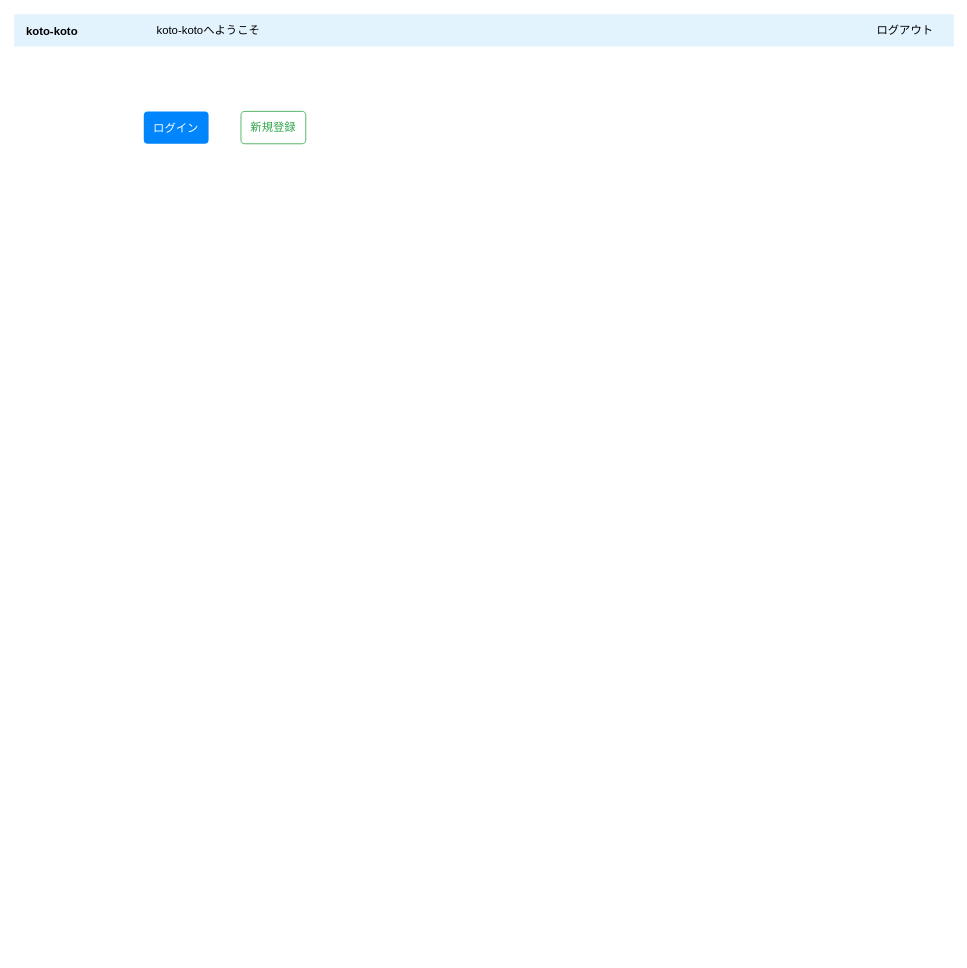
Above: page "トップページ" (1 of 5) of 名称未設定ファイル.drawio in omoikanelulu/Three_good_things (draw.io), before the change. Source tidied: cells renumbered, new cells numbered last; positions are measured from the earlier drawing's top-left corner, leaving out a move shared by most shapes. Both pictures are drawn from the tidied source at 81%, with x=0, y=0 at pixel (14, 14).
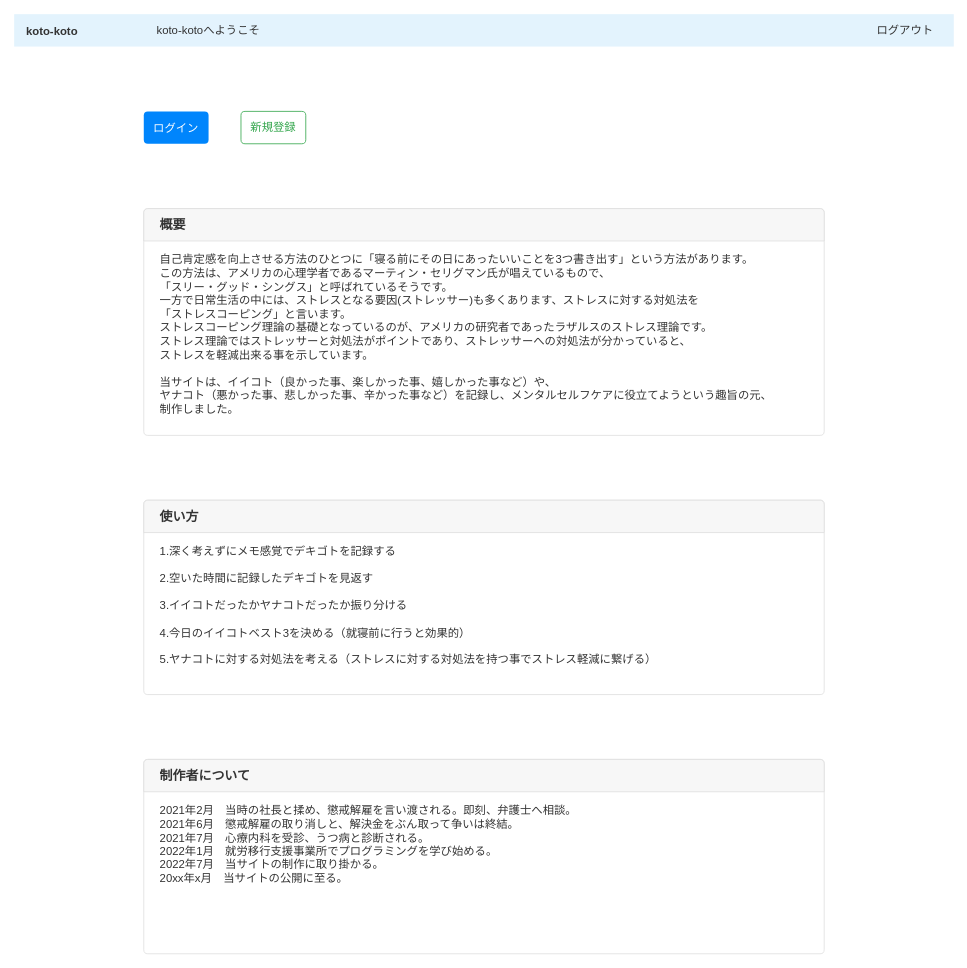
After the change.

Commit message:
トップページ更新

Diff of the diagram source:
```diff
@@
 <mxGraphModel background="#ffffff">
   <root>
     <mxCell id="0" />
     <mxCell id="1" parent="0" />
-    <mxCell id="2" value="&lt;b style=&quot;color: rgb(0, 0, 0); font-size: 14px; text-align: center;&quot;&gt;koto-koto&lt;/b&gt;" style="html=1;shadow=0;dashed=0;fillColor=#E3F3FD;strokeColor=none;fontSize=16;fontColor=#161819;align=left;spacing=15;" parent="1" vertex="1">
+    <mxCell id="2" value="&lt;b style=&quot;font-size: 14px; text-align: center;&quot;&gt;&lt;font color=&quot;#333333&quot;&gt;koto-koto&lt;/font&gt;&lt;/b&gt;" style="html=1;shadow=0;dashed=0;fillColor=#E3F3FD;strokeColor=none;fontSize=16;fontColor=#161819;align=left;spacing=15;" parent="1" vertex="1">
       <mxGeometry width="1160" height="40" as="geometry" />
     </mxCell>
-    <mxCell id="3" value="ログアウト" style="html=1;shadow=0;dashed=0;fillColor=none;strokeColor=none;shape=mxgraph.bootstrap.rect;fontColor=#000000;whiteSpace=wrap;fontSize=14;" parent="1" vertex="1">
+    <mxCell id="3" value="ログアウト" style="html=1;shadow=0;dashed=0;fillColor=none;strokeColor=none;shape=mxgraph.bootstrap.rect;fontColor=#333333;whiteSpace=wrap;fontSize=14;" parent="1" vertex="1">
       <mxGeometry x="1040" width="120" height="40" as="geometry" />
     </mxCell>
     <mxCell id="4" value="&lt;font style=&quot;font-size: 14px;&quot;&gt;ログイン&lt;/font&gt;" style="html=1;shadow=0;dashed=0;shape=mxgraph.bootstrap.rrect;rSize=5;strokeColor=none;strokeWidth=1;fillColor=#0085FC;fontColor=#FFFFFF;whiteSpace=wrap;align=center;verticalAlign=middle;spacingLeft=0;fontStyle=0;fontSize=16;spacing=5;" parent="1" vertex="1">
       <mxGeometry x="160" y="120" width="80" height="40" as="geometry" />
     </mxCell>
     <mxCell id="5" value="新規登録" style="html=1;shadow=0;dashed=0;shape=mxgraph.bootstrap.rrect;rSize=5;strokeColor=#33A64C;strokeWidth=1;fillColor=none;fontColor=#33A64C;whiteSpace=wrap;align=center;verticalAlign=middle;spacingLeft=0;fontStyle=0;fontSize=14;spacing=5;" parent="1" vertex="1">
       <mxGeometry x="280" y="120" width="80" height="40" as="geometry" />
     </mxCell>
-    <mxCell id="6" value="koto-kotoへようこそ" style="html=1;shadow=0;dashed=0;fillColor=none;strokeColor=none;shape=mxgraph.bootstrap.rect;fontColor=#000000;whiteSpace=wrap;fontSize=14;" parent="1" vertex="1">
+    <mxCell id="6" value="koto-kotoへようこそ" style="html=1;shadow=0;dashed=0;fillColor=none;strokeColor=none;shape=mxgraph.bootstrap.rect;fontColor=#333333;whiteSpace=wrap;fontSize=14;" parent="1" vertex="1">
       <mxGeometry x="160" width="160" height="40" as="geometry" />
     </mxCell>
+    <mxCell id="7" style="html=1;shadow=0;dashed=0;shape=mxgraph.bootstrap.rrect;rSize=5;strokeColor=#DFDFDF;html=1;whiteSpace=wrap;fillColor=#FFFFFF;fontColor=#333333;fontSize=16;" parent="1" vertex="1">
+      <mxGeometry x="160" y="240" width="840" height="280" as="geometry" />
+    </mxCell>
+    <mxCell id="8" value="概要" style="html=1;shadow=0;dashed=0;shape=mxgraph.bootstrap.topButton;strokeColor=inherit;fillColor=#F7F7F7;rSize=5;perimeter=none;whiteSpace=wrap;align=left;spacing=20;fontSize=16;fontStyle=1;fontColor=#333333;" parent="7" vertex="1">
+      <mxGeometry width="840" height="40" relative="1" as="geometry" />
+    </mxCell>
+    <mxCell id="9" value="&lt;font style=&quot;&quot;&gt;&lt;div style=&quot;&quot;&gt;自己肯定感を向上させる方法のひとつに「寝る前にその日にあったいいことを3つ書き出す」という方法があります。&lt;/div&gt;&lt;div style=&quot;&quot;&gt;&lt;span style=&quot;background-color: initial;&quot;&gt;この方法は、アメリカの心理学者であるマーティン・セリグマン氏が唱えているもので、&lt;/span&gt;&lt;/div&gt;&lt;div style=&quot;&quot;&gt;&lt;span style=&quot;background-color: initial;&quot;&gt;「スリー・グッド・シングス」と呼ばれているそうです。&lt;/span&gt;&lt;/div&gt;&lt;div style=&quot;&quot;&gt;&lt;span style=&quot;background-color: initial;&quot;&gt;一方で日常生活の中には、ストレスとなる要因(ストレッサー)も多くあります、ストレスに対する対処法を&lt;/span&gt;&lt;/div&gt;&lt;div style=&quot;&quot;&gt;&lt;span style=&quot;background-color: initial;&quot;&gt;「ストレスコーピング」と言います。&lt;/span&gt;&lt;/div&gt;&lt;div style=&quot;&quot;&gt;&lt;span style=&quot;background-color: initial;&quot;&gt;ストレスコーピング理論の基礎となっているのが、アメリカの研究者であったラザルスのストレス理論です。&lt;/span&gt;&lt;br&gt;&lt;/div&gt;&lt;div style=&quot;&quot;&gt;&lt;span style=&quot;background-color: initial;&quot;&gt;ストレス理論ではストレッサーと対処法がポイントであり、ストレッサーへの対処法が分かっていると、&lt;/span&gt;&lt;/div&gt;&lt;div style=&quot;&quot;&gt;&lt;span style=&quot;background-color: initial;&quot;&gt;ストレスを軽減出来る事を示しています。&lt;/span&gt;&lt;/div&gt;&lt;div style=&quot;&quot;&gt;&lt;span style=&quot;background-color: initial;&quot;&gt;&lt;br&gt;&lt;/span&gt;&lt;/div&gt;&lt;div style=&quot;&quot;&gt;&lt;span style=&quot;background-color: initial;&quot;&gt;当サイトは、イイコト（良かった事、楽しかった事、嬉しかった事など）や、&lt;/span&gt;&lt;/div&gt;&lt;div style=&quot;&quot;&gt;&lt;span style=&quot;background-color: initial;&quot;&gt;ヤナコト（悪かった事、悲しかった事、辛かった事など）を記録し、メンタルセルフケアに役立てようという趣旨の元、&lt;/span&gt;&lt;/div&gt;&lt;div style=&quot;&quot;&gt;&lt;span style=&quot;background-color: initial;&quot;&gt;制作しました。&lt;/span&gt;&lt;/div&gt;&lt;/font&gt;" style="perimeter=none;html=1;whiteSpace=wrap;fillColor=none;strokeColor=none;verticalAlign=top;align=left;spacing=20;spacingTop=-10;fontSize=14;fontColor=#333333;" parent="7" vertex="1">
+      <mxGeometry width="840" height="240" relative="1" as="geometry">
+        <mxPoint y="40" as="offset" />
+      </mxGeometry>
+    </mxCell>
+    <mxCell id="10" style="html=1;shadow=0;dashed=0;shape=mxgraph.bootstrap.rrect;rSize=5;strokeColor=#DFDFDF;html=1;whiteSpace=wrap;fillColor=#FFFFFF;fontColor=#333333;fontSize=16;" parent="1" vertex="1">
+      <mxGeometry x="160" y="600" width="840" height="240" as="geometry" />
+    </mxCell>
+    <mxCell id="11" value="使い方" style="html=1;shadow=0;dashed=0;shape=mxgraph.bootstrap.topButton;strokeColor=inherit;fillColor=#F7F7F7;rSize=5;perimeter=none;whiteSpace=wrap;align=left;spacing=20;fontSize=16;fontStyle=1;fontColor=#333333;" parent="10" vertex="1">
+      <mxGeometry width="840" height="40" relative="1" as="geometry" />
+    </mxCell>
+    <mxCell id="12" value="&lt;font style=&quot;&quot;&gt;&lt;div style=&quot;&quot;&gt;1.深く考えずにメモ感覚でデキゴトを記録する&lt;/div&gt;&lt;div style=&quot;&quot;&gt;&lt;br&gt;&lt;/div&gt;&lt;div style=&quot;&quot;&gt;2.空いた時間に記録したデキゴトを見返す&lt;/div&gt;&lt;div style=&quot;&quot;&gt;&lt;br&gt;&lt;/div&gt;&lt;div style=&quot;&quot;&gt;3.イイコトだったかヤナコトだったか振り分ける&lt;/div&gt;&lt;div style=&quot;&quot;&gt;&lt;br&gt;&lt;/div&gt;&lt;div style=&quot;&quot;&gt;4.今日のイイコトベスト3を決める（就寝前に行うと効果的）&lt;/div&gt;&lt;div style=&quot;&quot;&gt;&lt;br&gt;&lt;/div&gt;&lt;div style=&quot;&quot;&gt;5.ヤナコトに対する対処法を考える（ストレスに対する対処法を持つ事でストレス軽減に繋げる）&lt;/div&gt;&lt;/font&gt;" style="perimeter=none;html=1;whiteSpace=wrap;fillColor=none;strokeColor=none;verticalAlign=top;align=left;spacing=20;spacingTop=-10;fontSize=14;fontColor=#333333;" parent="10" vertex="1">
+      <mxGeometry width="840" height="200" relative="1" as="geometry">
+        <mxPoint y="40" as="offset" />
+      </mxGeometry>
+    </mxCell>
+    <mxCell id="13" style="html=1;shadow=0;dashed=0;shape=mxgraph.bootstrap.rrect;rSize=5;strokeColor=#DFDFDF;html=1;whiteSpace=wrap;fillColor=#FFFFFF;fontColor=#333333;fontSize=16;" parent="1" vertex="1">
+      <mxGeometry x="160" y="920" width="840" height="240" as="geometry" />
+    </mxCell>
+    <mxCell id="14" value="制作者について" style="html=1;shadow=0;dashed=0;shape=mxgraph.bootstrap.topButton;strokeColor=inherit;fillColor=#F7F7F7;rSize=5;perimeter=none;whiteSpace=wrap;align=left;spacing=20;fontSize=16;fontStyle=1;fontColor=#333333;" parent="13" vertex="1">
+      <mxGeometry width="840" height="40" relative="1" as="geometry" />
+    </mxCell>
+    <mxCell id="15" value="&lt;font style=&quot;&quot;&gt;&lt;div style=&quot;&quot;&gt;2021年2月　当時の社長と揉め、懲戒解雇を言い渡される。即刻、弁護士へ相談。&lt;/div&gt;&lt;div style=&quot;&quot;&gt;2021年6月　懲戒解雇の取り消しと、解決金をぶん取って争いは終結。&lt;/div&gt;&lt;div style=&quot;&quot;&gt;2021年7月　心療内科を受診、うつ病と診断される。&lt;/div&gt;&lt;div style=&quot;&quot;&gt;2022年1月　就労移行支援事業所でプログラミングを学び始める。&lt;/div&gt;&lt;div style=&quot;&quot;&gt;2022年7月　当サイトの制作に取り掛かる。&lt;br&gt;&lt;/div&gt;&lt;div style=&quot;&quot;&gt;20xx年x月　当サイトの公開に至る。&lt;/div&gt;&lt;/font&gt;" style="perimeter=none;html=1;whiteSpace=wrap;fillColor=none;strokeColor=none;verticalAlign=top;align=left;spacing=20;spacingTop=-10;fontSize=14;fontColor=#333333;" parent="13" vertex="1">
+      <mxGeometry width="840" height="200" relative="1" as="geometry">
+        <mxPoint y="40" as="offset" />
+      </mxGeometry>
+    </mxCell>
   </root>
 </mxGraphModel>
```
